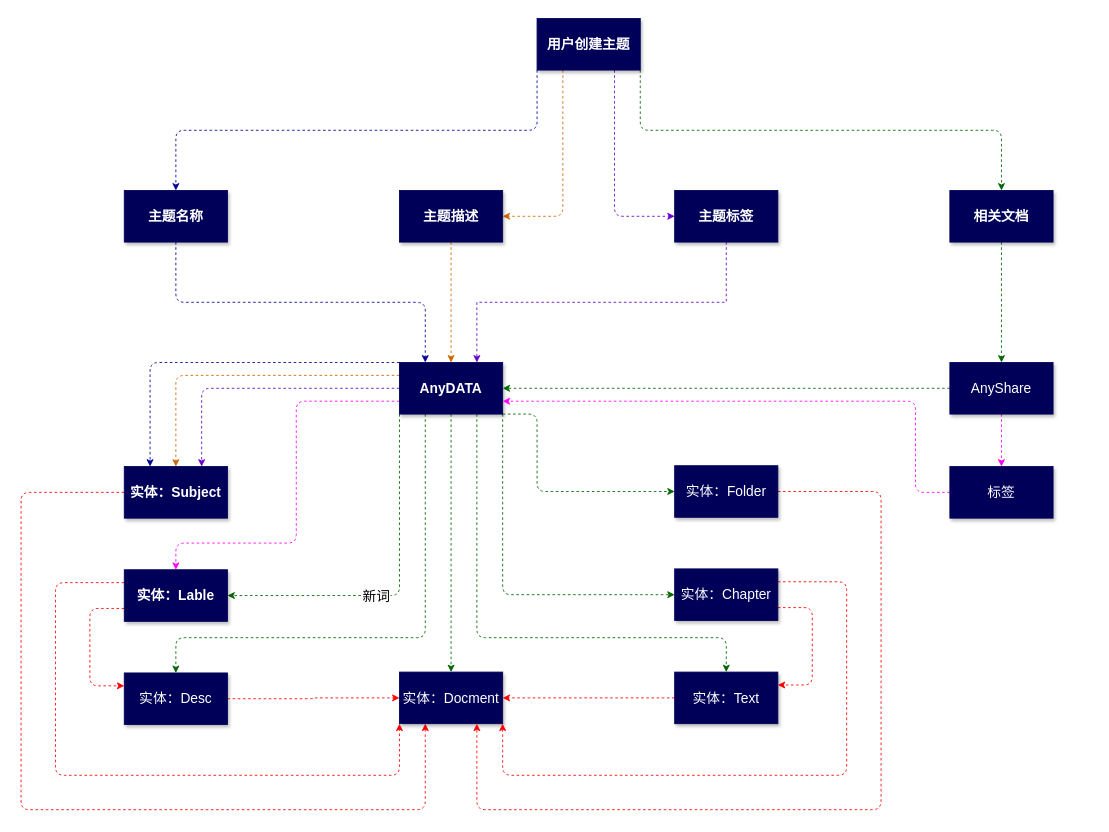
Earlier version of the draw.io diagram Knowedge  Subgect.drawio (Musk-Mxy/Mxy). Source tidied: cells renumbered, new cells numbered last; positions are measured from the earlier drawing's top-left corner, leaving out a move shared by most shapes. Both pictures are drawn from the tidied source at 86%, with x=0, y=0 at pixel (21, 18).
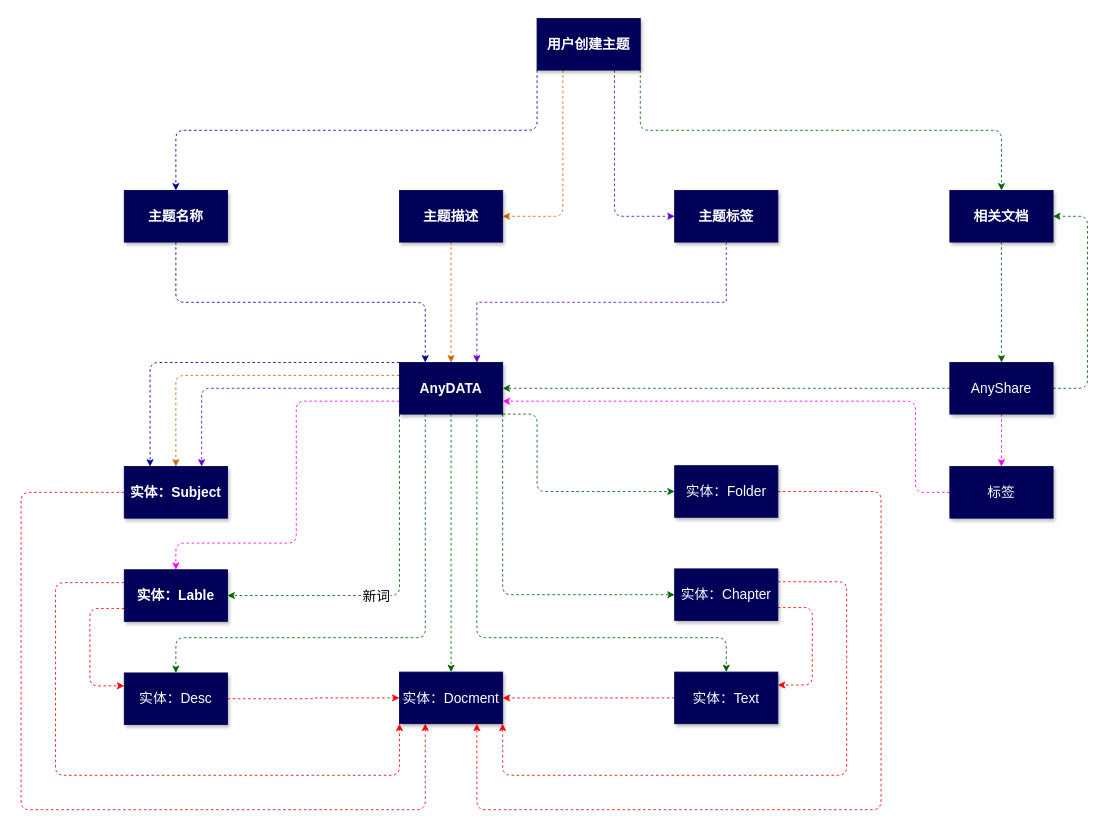
The same page after the edit.

Unchanged cells that the change refers to:
```xml
<mxCell id="14" value="&lt;b&gt;相关文档&lt;/b&gt;" style="rounded=0;whiteSpace=wrap;html=1;fontSize=16;fontColor=#FFFFFF;strokeColor=#000059;fillColor=#000059;glass=0;shadow=1;sketch=0;" parent="1" vertex="1">
  <mxGeometry x="1080" y="200" width="120" height="60" as="geometry" />
</mxCell>
<mxCell id="34" value="AnyShare" style="rounded=0;whiteSpace=wrap;html=1;fontSize=16;fontColor=#FFFFFF;strokeColor=#000059;fillColor=#000059;glass=0;shadow=1;sketch=0;" parent="1" vertex="1">
  <mxGeometry x="1080" y="400" width="120" height="60" as="geometry" />
</mxCell>
```

Change to the diagram source:
```diff
@@
+    <mxCell id="47" style="edgeStyle=orthogonalEdgeStyle;rounded=1;jettySize=auto;html=1;exitX=1;exitY=0.5;exitDx=0;exitDy=0;entryX=1;entryY=0.5;entryDx=0;entryDy=0;strokeColor=#006600;dashed=1;" parent="1" edge="1" source="34" target="14">
+      <mxGeometry relative="1" as="geometry">
+        <Array as="points">
+          <mxPoint x="1240" y="430" />
+          <mxPoint x="1240" y="230" />
+        </Array>
+      </mxGeometry>
+    </mxCell>
```
